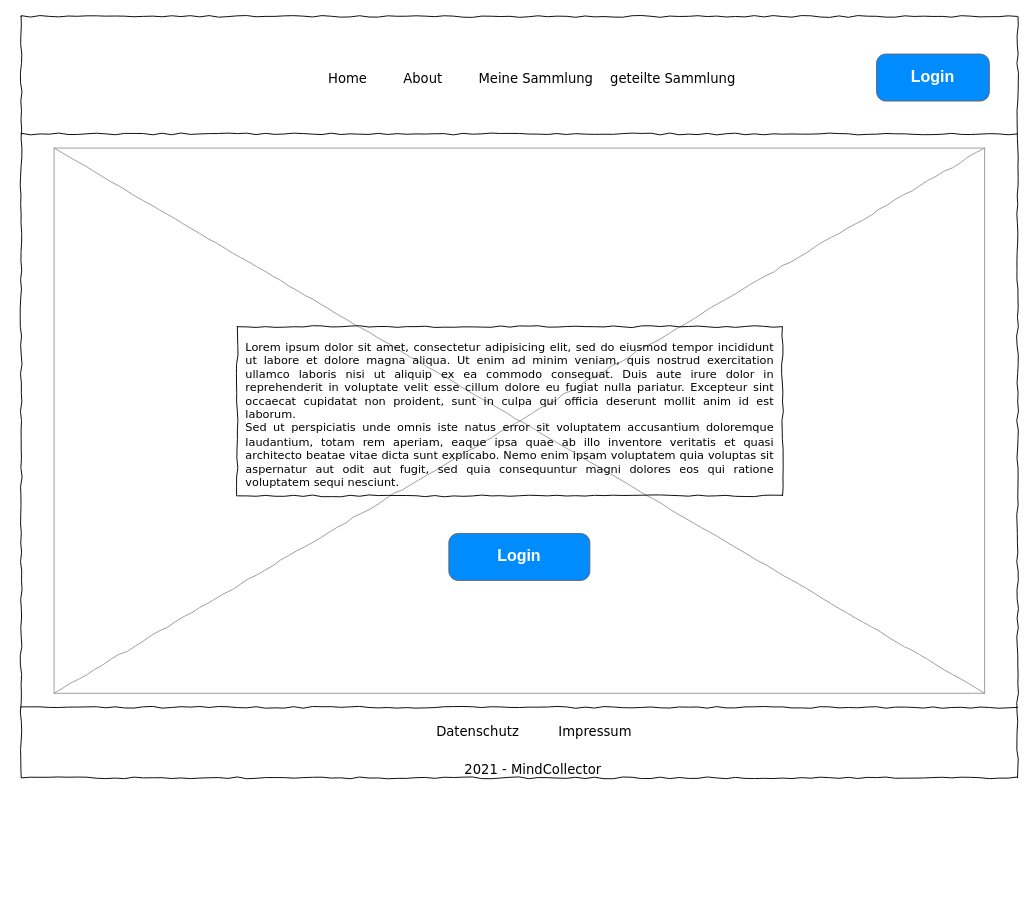
The draw.io diagram page "meine sammlung" (1 of 3) of Mockup/mockups.drawio in MindCollector-Softwareprojekt2021/MindCollector, before the edit. Source tidied: cells renumbered, new cells numbered last; positions are measured from the earlier drawing's top-left corner, leaving out a move shared by most shapes. Both pictures are drawn from the tidied source at 94%, with x=0, y=0 at pixel (21, 16).
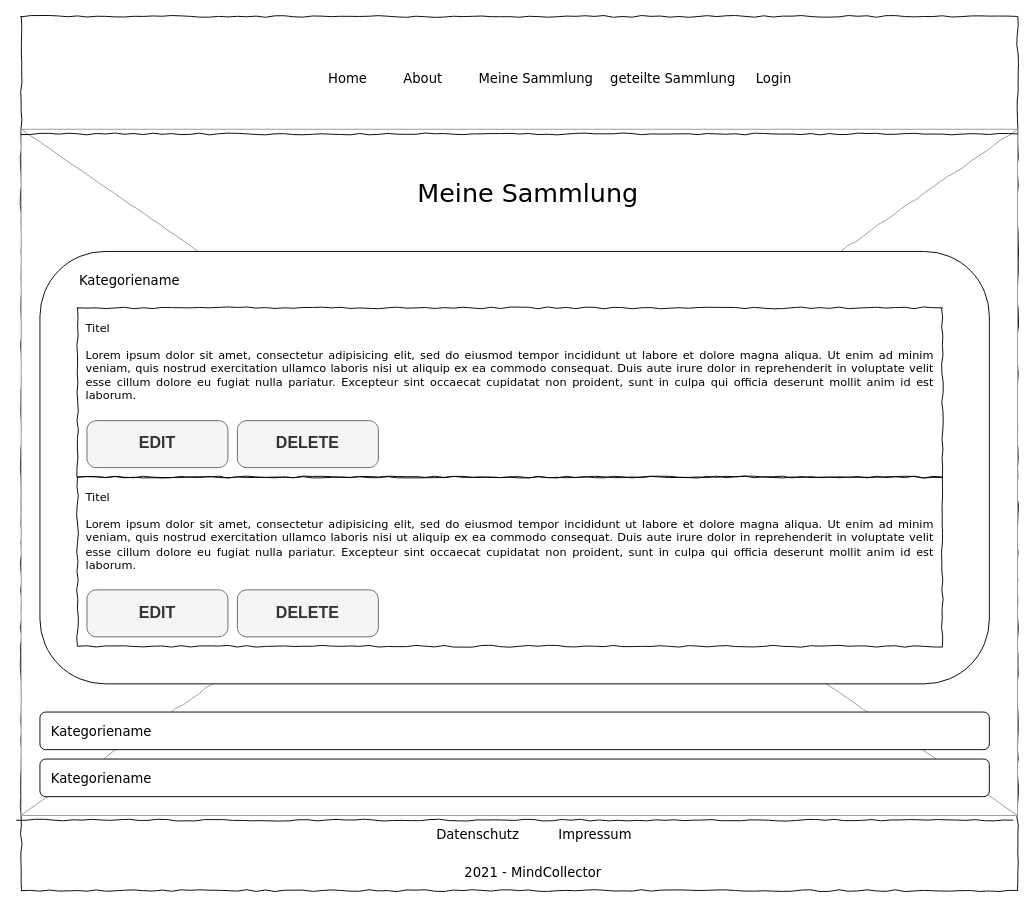
The same page after the edit.

What changed in the source:
```diff
@@
     <mxCell id="2" style="whiteSpace=wrap;html=1;rounded=0;shadow=0;labelBackgroundColor=none;strokeColor=#000000;strokeWidth=1;fillColor=none;fontFamily=Verdana;fontSize=12;fontColor=#000000;align=center;comic=1;" parent="1" vertex="1">
-      <mxGeometry width="1060" height="810" as="geometry" />
+      <mxGeometry width="1060" height="930" as="geometry" />
     </mxCell>
     <mxCell id="3" style="verticalLabelPosition=bottom;shadow=0;dashed=0;align=center;html=1;verticalAlign=top;strokeWidth=1;shape=mxgraph.mockup.graphics.simpleIcon;strokeColor=#999999;rounded=0;labelBackgroundColor=none;fontFamily=Verdana;fontSize=14;fontColor=#000000;comic=1;" parent="1" vertex="1">
-      <mxGeometry x="35" y="140" width="990" height="580" as="geometry" />
+      <mxGeometry y="120" width="1060" height="730" as="geometry" />
     </mxCell>
+    <mxCell id="16" style="rounded=1;whiteSpace=wrap;html=1;" parent="1" vertex="1">
+      <mxGeometry x="20" y="250" width="1010" height="460" as="geometry" />
+    </mxCell>
@@
-    <mxCell id="8" value="&lt;div style=&quot;text-align: justify&quot;&gt;&lt;span&gt;Lorem ipsum dolor sit amet, consectetur adipisicing elit, sed do eiusmod tempor incididunt ut labore et dolore magna aliqua. Ut enim ad minim veniam, quis nostrud exercitation ullamco laboris nisi ut aliquip ex ea commodo consequat. Duis aute irure dolor in reprehenderit in voluptate velit esse cillum dolore eu fugiat nulla pariatur. Excepteur sint occaecat cupidatat non proident, sunt in culpa qui officia deserunt mollit anim id est laborum.&lt;/span&gt;&lt;/div&gt;&lt;div style=&quot;text-align: justify&quot;&gt;&lt;span&gt;Sed ut perspiciatis unde omnis iste natus error sit voluptatem accusantium doloremque laudantium, totam rem aperiam, eaque ipsa quae ab illo inventore veritatis et quasi architecto beatae vitae dicta sunt explicabo. Nemo enim ipsam voluptatem quia voluptas sit aspernatur aut odit aut fugit, sed quia consequuntur magni dolores eos qui ratione voluptatem sequi nesciunt.&amp;nbsp;&lt;/span&gt;&lt;/div&gt;" style="whiteSpace=wrap;html=1;rounded=0;shadow=0;labelBackgroundColor=none;strokeWidth=1;fillColor=none;fontFamily=Verdana;fontSize=12;align=center;verticalAlign=top;spacing=10;comic=1;" parent="1" vertex="1">
-      <mxGeometry x="230" y="330" width="580" height="180" as="geometry" />
+    <mxCell id="8" value="&lt;div style=&quot;text-align: justify&quot;&gt;&lt;span&gt;Titel&lt;/span&gt;&lt;/div&gt;&lt;div style=&quot;text-align: justify&quot;&gt;&lt;span&gt;&lt;br&gt;&lt;/span&gt;&lt;/div&gt;&lt;div style=&quot;text-align: justify&quot;&gt;&lt;span&gt;Lorem ipsum dolor sit amet, consectetur adipisicing elit, sed do eiusmod tempor incididunt ut labore et dolore magna aliqua. Ut enim ad minim veniam, quis nostrud exercitation ullamco laboris nisi ut aliquip ex ea commodo consequat. Duis aute irure dolor in reprehenderit in voluptate velit esse cillum dolore eu fugiat nulla pariatur. Excepteur sint occaecat cupidatat non proident, sunt in culpa qui officia deserunt mollit anim id est laborum.&lt;/span&gt;&lt;/div&gt;" style="whiteSpace=wrap;html=1;rounded=0;shadow=0;labelBackgroundColor=none;strokeWidth=1;fillColor=none;fontFamily=Verdana;fontSize=12;align=center;verticalAlign=top;spacing=10;comic=1;" parent="1" vertex="1">
+      <mxGeometry x="60" y="310" width="920" height="180" as="geometry" />
     </mxCell>
-    <mxCell id="9" value="Login" style="strokeWidth=1;shadow=0;dashed=0;align=center;html=1;shape=mxgraph.mockup.buttons.button;strokeColor=#666666;fontColor=#ffffff;mainText=;buttonStyle=round;fontSize=17;fontStyle=1;fillColor=#008cff;whiteSpace=wrap;" parent="1" vertex="1">
-      <mxGeometry x="910" y="40" width="120" height="50" as="geometry" />
-    </mxCell>
     <mxCell id="10" style="line;strokeWidth=1;html=1;rounded=0;shadow=0;labelBackgroundColor=none;fillColor=none;fontFamily=Verdana;fontSize=14;fontColor=#000000;align=center;comic=1;" parent="1" vertex="1">
-      <mxGeometry y="730" width="1060" height="10" as="geometry" />
+      <mxGeometry x="-5" y="850" width="1060" height="10" as="geometry" />
     </mxCell>
     <mxCell id="11" value="2021 - MindCollector" style="text;html=1;align=left;verticalAlign=top;spacingTop=-4;fontSize=14;fontFamily=Verdana;" parent="1" vertex="1">
-      <mxGeometry x="470" y="790" width="60" height="20" as="geometry" />
+      <mxGeometry x="470" y="900" width="60" height="20" as="geometry" />
     </mxCell>
     <mxCell id="12" value="Datenschutz" style="text;html=1;align=left;verticalAlign=top;spacingTop=-4;fontSize=14;fontFamily=Verdana;" parent="1" vertex="1">
-      <mxGeometry x="440" y="750" width="60" height="20" as="geometry" />
+      <mxGeometry x="440" y="860" width="60" height="20" as="geometry" />
     </mxCell>
     <mxCell id="13" value="Impressum" style="text;html=1;align=left;verticalAlign=top;spacingTop=-4;fontSize=14;fontFamily=Verdana;" parent="1" vertex="1">
-      <mxGeometry x="570" y="750" width="60" height="20" as="geometry" />
+      <mxGeometry x="570" y="860" width="60" height="20" as="geometry" />
     </mxCell>
-    <mxCell id="14" value="Login" style="strokeWidth=1;shadow=0;dashed=0;align=center;html=1;shape=mxgraph.mockup.buttons.button;strokeColor=#666666;fontColor=#ffffff;mainText=;buttonStyle=round;fontSize=17;fontStyle=1;fillColor=#008cff;whiteSpace=wrap;" parent="1" vertex="1">
-      <mxGeometry x="455" y="550" width="150" height="50" as="geometry" />
+    <mxCell id="14" value="DELETE" style="strokeWidth=1;shadow=0;dashed=0;align=center;html=1;shape=mxgraph.mockup.buttons.button;strokeColor=#666666;fontColor=#333333;mainText=;buttonStyle=round;fontSize=17;fontStyle=1;fillColor=#f5f5f5;whiteSpace=wrap;" parent="1" vertex="1">
+      <mxGeometry x="230" y="430" width="150" height="50" as="geometry" />
     </mxCell>
@@
+    <mxCell id="9" value="Login" style="text;html=1;align=left;verticalAlign=top;spacingTop=-4;fontSize=14;fontFamily=Verdana;" parent="1" vertex="1">
+      <mxGeometry x="780" y="55" width="90" height="20" as="geometry" />
+    </mxCell>
+    <mxCell id="17" value="EDIT" style="strokeWidth=1;shadow=0;dashed=0;align=center;html=1;shape=mxgraph.mockup.buttons.button;strokeColor=#666666;fontColor=#333333;mainText=;buttonStyle=round;fontSize=17;fontStyle=1;fillColor=#f5f5f5;whiteSpace=wrap;" parent="1" vertex="1">
+      <mxGeometry x="70" y="430" width="150" height="50" as="geometry" />
+    </mxCell>
+    <mxCell id="18" value="Kategoriename" style="text;html=1;align=left;verticalAlign=top;spacingTop=-4;fontSize=14;fontFamily=Verdana;" parent="1" vertex="1">
+      <mxGeometry x="60" y="270" width="60" height="20" as="geometry" />
+    </mxCell>
+    <mxCell id="19" value="&lt;div style=&quot;text-align: justify&quot;&gt;&lt;div&gt;Titel&lt;/div&gt;&lt;div&gt;&lt;br&gt;&lt;/div&gt;&lt;div&gt;Lorem ipsum dolor sit amet, consectetur adipisicing elit, sed do eiusmod tempor incididunt ut labore et dolore magna aliqua. Ut enim ad minim veniam, quis nostrud exercitation ullamco laboris nisi ut aliquip ex ea commodo consequat. Duis aute irure dolor in reprehenderit in voluptate velit esse cillum dolore eu fugiat nulla pariatur. Excepteur sint occaecat cupidatat non proident, sunt in culpa qui officia deserunt mollit anim id est laborum.&lt;/div&gt;&lt;/div&gt;" style="whiteSpace=wrap;html=1;rounded=0;shadow=0;labelBackgroundColor=none;strokeWidth=1;fillColor=none;fontFamily=Verdana;fontSize=12;align=center;verticalAlign=top;spacing=10;comic=1;" parent="1" vertex="1">
+      <mxGeometry x="60" y="490" width="920" height="180" as="geometry" />
+    </mxCell>
+    <mxCell id="20" value="DELETE" style="strokeWidth=1;shadow=0;dashed=0;align=center;html=1;shape=mxgraph.mockup.buttons.button;strokeColor=#666666;fontColor=#333333;mainText=;buttonStyle=round;fontSize=17;fontStyle=1;fillColor=#f5f5f5;whiteSpace=wrap;" parent="1" vertex="1">
+      <mxGeometry x="230" y="610" width="150" height="50" as="geometry" />
+    </mxCell>
+    <mxCell id="21" value="EDIT" style="strokeWidth=1;shadow=0;dashed=0;align=center;html=1;shape=mxgraph.mockup.buttons.button;strokeColor=#666666;fontColor=#333333;mainText=;buttonStyle=round;fontSize=17;fontStyle=1;fillColor=#f5f5f5;whiteSpace=wrap;" parent="1" vertex="1">
+      <mxGeometry x="70" y="610" width="150" height="50" as="geometry" />
+    </mxCell>
+    <mxCell id="22" style="rounded=1;whiteSpace=wrap;html=1;" parent="1" vertex="1">
+      <mxGeometry x="20" y="740" width="1010" height="40" as="geometry" />
+    </mxCell>
+    <mxCell id="23" style="rounded=1;whiteSpace=wrap;html=1;" parent="1" vertex="1">
+      <mxGeometry x="20" y="790" width="1010" height="40" as="geometry" />
+    </mxCell>
+    <mxCell id="24" value="Kategoriename" style="text;html=1;align=left;verticalAlign=top;spacingTop=-4;fontSize=14;fontFamily=Verdana;" parent="1" vertex="1">
+      <mxGeometry x="30" y="750" width="60" height="20" as="geometry" />
+    </mxCell>
+    <mxCell id="25" value="Kategoriename" style="text;html=1;align=left;verticalAlign=top;spacingTop=-4;fontSize=14;fontFamily=Verdana;" parent="1" vertex="1">
+      <mxGeometry x="30" y="800" width="60" height="20" as="geometry" />
+    </mxCell>
+    <mxCell id="26" value="&lt;span style=&quot;font-size: 27px&quot;&gt;Meine Sammlung&lt;/span&gt;" style="text;html=1;align=left;verticalAlign=top;spacingTop=-4;fontSize=14;fontFamily=Verdana;strokeWidth=2;" parent="1" vertex="1">
+      <mxGeometry x="420" y="170" width="60" height="20" as="geometry" />
+    </mxCell>
```
